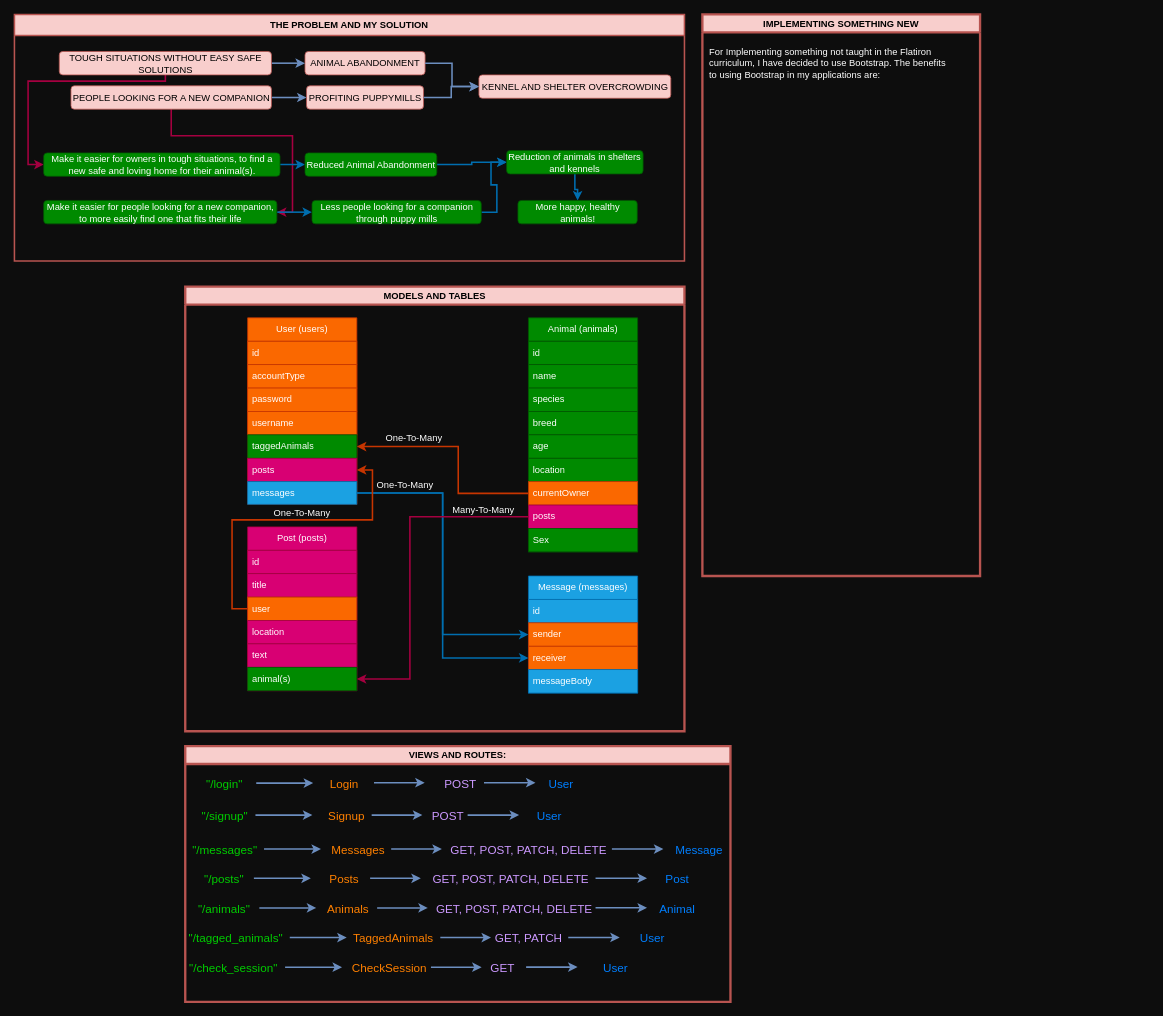
Earlier version of the draw.io diagram Untitled Diagram.drawio (kammau/Animal-Share). Source tidied: cells renumbered, new cells numbered last; positions are measured from the earlier drawing's top-left corner, leaving out a move shared by most shapes. Both pictures are drawn from the tidied source at 78%, with x=0, y=0 at pixel (14, 14).
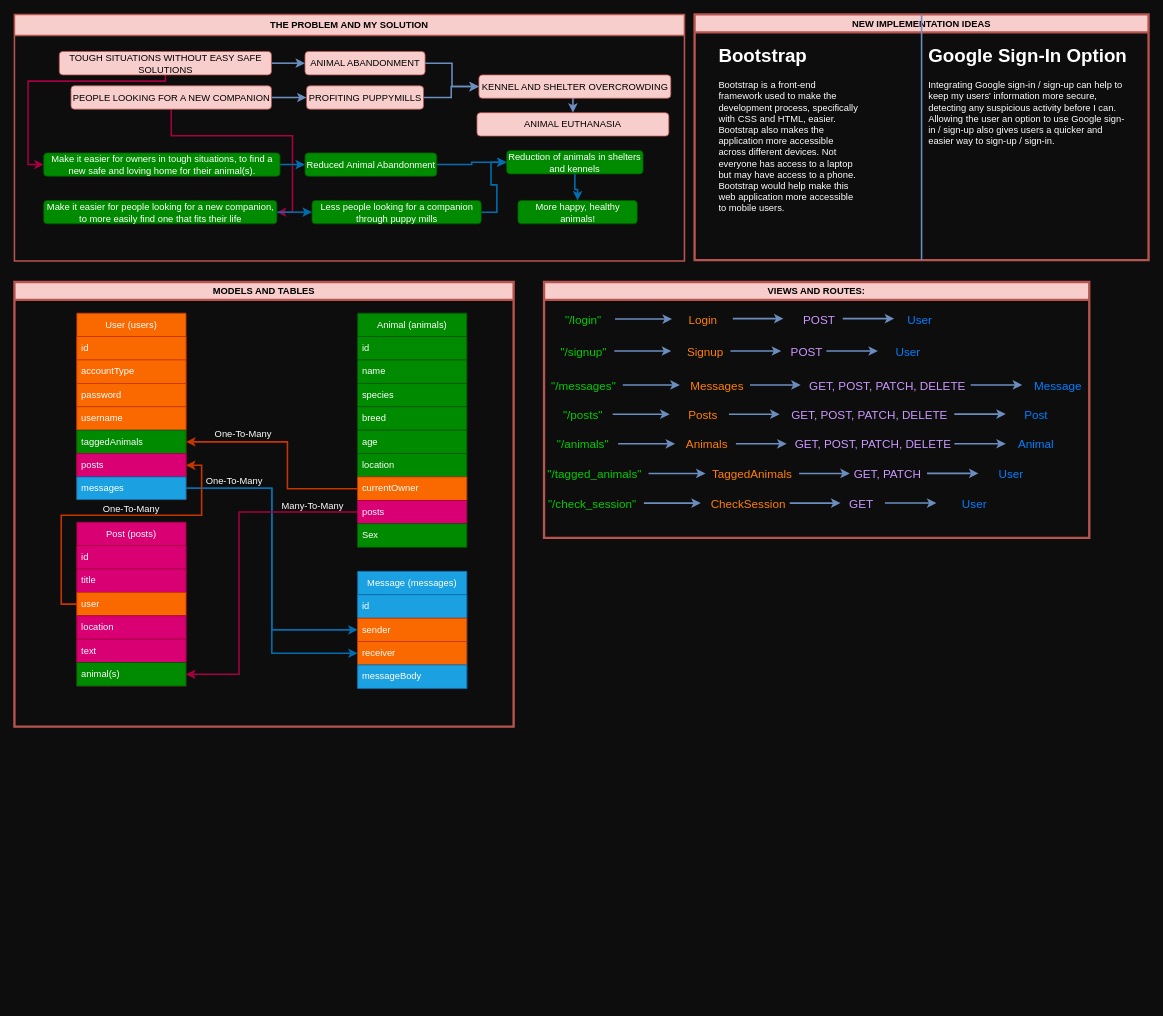
The same page after the edit.

The change refers to these unchanged cells:
```xml
<mxCell id="94" value="THE PROBLEM AND MY SOLUTION" style="swimlane;whiteSpace=wrap;html=1;fillColor=#f8cecc;strokeColor=#b85450;strokeWidth=2;startSize=27;" parent="1" vertex="1">
  <mxGeometry width="859" height="316" as="geometry" />
</mxCell>
<mxCell id="97" value="KENNEL AND SHELTER OVERCROWDING" style="text;html=1;strokeColor=#b85450;fillColor=#f8cecc;align=center;verticalAlign=middle;whiteSpace=wrap;rounded=1;" parent="94" vertex="1">
  <mxGeometry x="595.5" y="77.5" width="246" height="30" as="geometry" />
</mxCell>
```

Change to the diagram source:
```diff
@@
     <mxCell id="2" value="MODELS AND TABLES" style="swimlane;whiteSpace=wrap;html=1;fillColor=#f8cecc;strokeColor=#b85450;rounded=0;strokeWidth=3;" parent="1" vertex="1">
-      <mxGeometry x="219" y="349" width="640" height="570" as="geometry" />
+      <mxGeometry y="343" width="640" height="570" as="geometry" />
     </mxCell>
@@
     <mxCell id="42" value="VIEWS AND ROUTES:" style="swimlane;whiteSpace=wrap;html=1;fillColor=#f8cecc;strokeColor=#b85450;strokeWidth=3;" parent="1" vertex="1">
-      <mxGeometry x="219" y="938" width="699" height="328" as="geometry" />
+      <mxGeometry x="679" y="343" width="699" height="328" as="geometry" />
     </mxCell>
@@
-    <mxCell id="92" value="IMPLEMENTING SOMETHING NEW" style="swimlane;whiteSpace=wrap;html=1;fillColor=#f8cecc;strokeColor=#b85450;strokeWidth=3;fontColor=#000000;" parent="1" vertex="1">
-      <mxGeometry x="882" width="356" height="720" as="geometry" />
+    <mxCell id="92" value="NEW IMPLEMENTATION IDEAS" style="swimlane;whiteSpace=wrap;html=1;fillColor=#f8cecc;strokeColor=#b85450;strokeWidth=3;fontColor=#000000;" parent="1" vertex="1">
+      <mxGeometry x="872" width="582" height="315" as="geometry" />
     </mxCell>
-    <mxCell id="93" value="For Implementing something not taught in the Flatiron curriculum, I have decided to use Bootstrap. The benefits to using Bootstrap in my applications are:" style="text;html=1;strokeColor=none;fillColor=none;align=left;verticalAlign=middle;whiteSpace=wrap;rounded=0;fontColor=#FFFFFF;" parent="92" vertex="1">
-      <mxGeometry x="7" y="47.5" width="318" height="30" as="geometry" />
-    </mxCell>
+    <mxCell id="118" value="&lt;h1&gt;Bootstrap&lt;/h1&gt;&lt;div&gt;Bootstrap is a front-end framework used to make the development process, specifically with CSS and HTML, easier. Bootstrap also makes the application more accessible across different devices. Not everyone has access to a laptop but may have access to a phone. Bootstrap would help make this web application more accessible to mobile users.&lt;br&gt;&lt;/div&gt;" style="text;html=1;strokeColor=none;fillColor=none;spacing=5;spacingTop=-20;whiteSpace=wrap;overflow=hidden;rounded=0;fontColor=#FFFFFF;" parent="92" vertex="1">
+      <mxGeometry x="26" y="32.5" width="190" height="224.5" as="geometry" />
+    </mxCell>
+    <mxCell id="119" value="&lt;h1&gt;Google Sign-In Option&lt;/h1&gt;&lt;p&gt;Integrating Google sign-in / sign-up can help to keep my users' information more secure, detecting any suspicious activity before I can. Allowing the user an option to use Google sign-in / sign-up also gives users a quicker and easier way to sign-up / sign-in.&lt;br&gt;&lt;/p&gt;" style="text;html=1;strokeColor=none;fillColor=none;spacing=5;spacingTop=-20;whiteSpace=wrap;overflow=hidden;rounded=0;fontColor=#FFFFFF;" parent="92" vertex="1">
+      <mxGeometry x="295" y="32.5" width="263" height="143.5" as="geometry" />
+    </mxCell>
@@
+    <mxCell id="120" style="edgeStyle=orthogonalEdgeStyle;rounded=0;jettySize=auto;html=1;exitX=0.5;exitY=1;exitDx=0;exitDy=0;entryX=0.5;entryY=0;entryDx=0;entryDy=0;fillColor=#dae8fc;strokeColor=#6c8ebf;strokeWidth=2;" parent="94" edge="1" source="97" target="121">
+      <mxGeometry relative="1" as="geometry" />
+    </mxCell>
@@
+    <mxCell id="121" value="ANIMAL EUTHANASIA" style="text;html=1;strokeColor=#b85450;fillColor=#f8cecc;align=center;verticalAlign=middle;whiteSpace=wrap;rounded=1;" parent="94" vertex="1">
+      <mxGeometry x="593" y="126" width="246" height="30" as="geometry" />
+    </mxCell>
+    <mxCell id="122" style="endArrow=none;html=1;rounded=0;exitX=0.5;exitY=1;exitDx=0;exitDy=0;fillColor=#dae8fc;strokeColor=#6c8ebf;strokeWidth=2;entryX=0.5;entryY=0;entryDx=0;entryDy=0;" parent="1" edge="1" source="92" target="92">
+      <mxGeometry relative="1" as="geometry" />
+    </mxCell>
```
